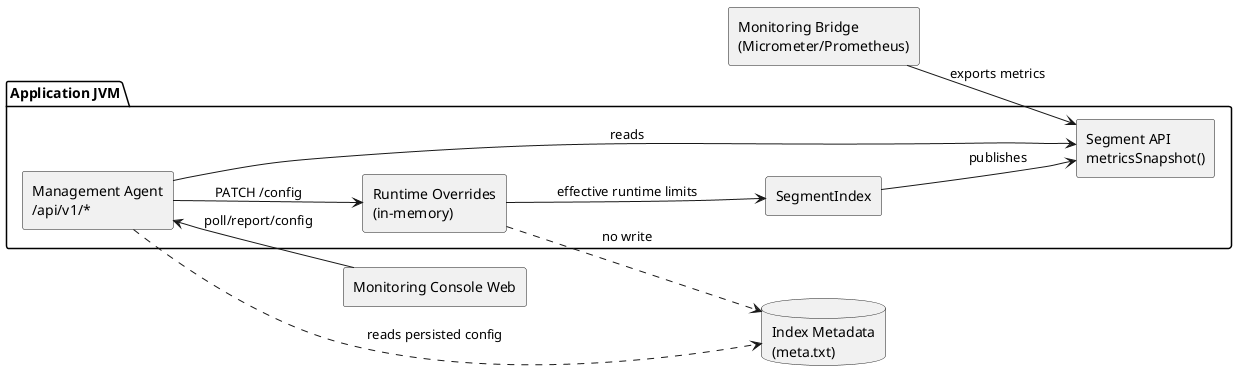
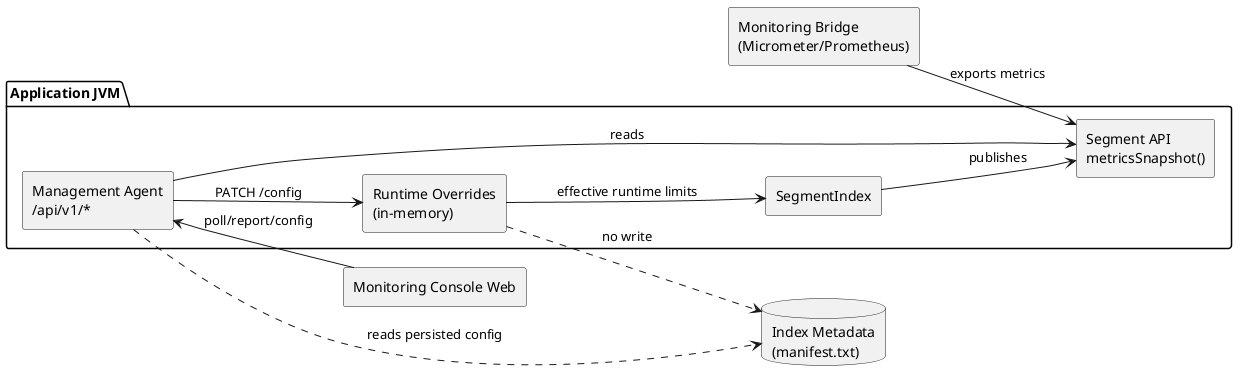
@startuml monitoring-runtime-flow
skinparam componentStyle rectangle
skinparam shadowing false
left to right direction

package "Application JVM" {
  [SegmentIndex]
  [Segment API\nmetricsSnapshot()]
  [Management Agent\n/api/v1/*]
  [Runtime Overrides\n(in-memory)]

  [SegmentIndex] --> [Segment API\nmetricsSnapshot()] : publishes
  [Management Agent\n/api/v1/*] --> [Segment API\nmetricsSnapshot()] : reads
  [Management Agent\n/api/v1/*] --> [Runtime Overrides\n(in-memory)] : PATCH /config
  [Runtime Overrides\n(in-memory)] --> [SegmentIndex] : effective runtime limits
}

[Monitoring Bridge\n(Micrometer/Prometheus)] --> [Segment API\nmetricsSnapshot()] : exports metrics
[Monitoring Console Web] -up-> [Management Agent\n/api/v1/*] : poll/report/config

- database "Index Metadata\n(meta.txt)" as Meta
+ database "Index Metadata\n(manifest.txt)" as Meta
[Management Agent\n/api/v1/*] ..> Meta : reads persisted config
[Runtime Overrides\n(in-memory)] ..> Meta : no write

@enduml
